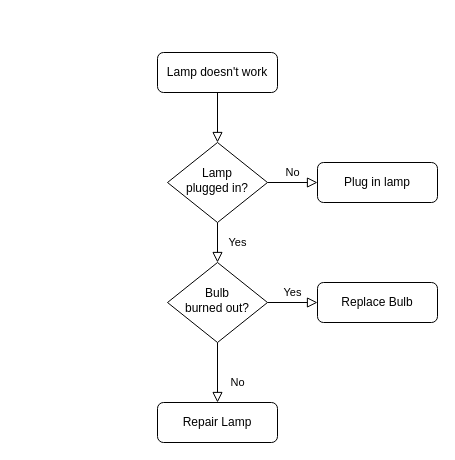
This is Untitled Diagram.drawio from itbapendajombang/undian, a draw.io file, before an edit. Source tidied: cells renumbered, new cells numbered last; positions are measured from the earlier drawing's top-left corner, leaving out a move shared by most shapes. Both pictures are drawn from the tidied source at 100%, with x=0, y=0 at pixel (157, 52).
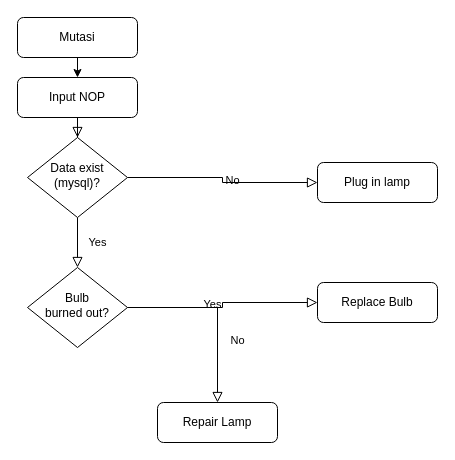
After the change.

Diff of the diagram source:
```diff
@@
 <mxGraphModel>
   <root>
     <mxCell id="0" />
     <mxCell id="1" parent="0" />
-    <mxCell id="2" style="rounded=0;html=1;jettySize=auto;fontSize=11;endArrow=block;endFill=0;endSize=8;strokeWidth=1;shadow=0;labelBackgroundColor=none;edgeStyle=orthogonalEdgeStyle;" parent="1" edge="1" source="3" target="6">
+    <mxCell id="2" style="rounded=0;html=1;jettySize=auto;fontSize=11;endArrow=block;endFill=0;endSize=8;strokeWidth=1;shadow=0;labelBackgroundColor=none;edgeStyle=orthogonalEdgeStyle;exitX=0.5;exitY=1;exitDx=0;exitDy=0;" parent="1" edge="1" source="14" target="6">
       <mxGeometry relative="1" as="geometry" />
     </mxCell>
+    <mxCell id="13" style="edgeStyle=orthogonalEdgeStyle;rounded=0;jettySize=auto;html=1;exitX=0.5;exitY=1;exitDx=0;exitDy=0;entryX=0.5;entryY=0;entryDx=0;entryDy=0;" parent="1" edge="1" source="3" target="14">
+      <mxGeometry relative="1" as="geometry" />
+    </mxCell>
-    <mxCell id="3" value="Lamp doesn't work" style="rounded=1;whiteSpace=wrap;html=1;fontSize=12;glass=0;strokeWidth=1;shadow=0;" parent="1" vertex="1">
-      <mxGeometry width="120" height="40" as="geometry" />
+    <mxCell id="3" value="Mutasi" style="rounded=1;whiteSpace=wrap;html=1;fontSize=12;glass=0;strokeWidth=1;shadow=0;" parent="1" vertex="1">
+      <mxGeometry x="-140" y="-35" width="120" height="40" as="geometry" />
     </mxCell>
     <mxCell id="4" value="Yes" style="rounded=0;html=1;jettySize=auto;fontSize=11;endArrow=block;endFill=0;endSize=8;strokeWidth=1;shadow=0;labelBackgroundColor=none;edgeStyle=orthogonalEdgeStyle;" parent="1" edge="1" source="6" target="10">
       <mxGeometry y="20" relative="1" as="geometry" />
     </mxCell>
     <mxCell id="5" value="No" style="edgeStyle=orthogonalEdgeStyle;rounded=0;html=1;jettySize=auto;fontSize=11;endArrow=block;endFill=0;endSize=8;strokeWidth=1;shadow=0;labelBackgroundColor=none;" parent="1" edge="1" source="6" target="7">
       <mxGeometry y="10" relative="1" as="geometry" />
     </mxCell>
-    <mxCell id="6" value="Lamp&lt;br&gt;plugged in?" style="rhombus;whiteSpace=wrap;html=1;shadow=0;fontFamily=Helvetica;fontSize=12;align=center;strokeWidth=1;spacing=6;spacingTop=-4;" parent="1" vertex="1">
-      <mxGeometry x="10" y="90" width="100" height="80" as="geometry" />
+    <mxCell id="6" value="Data exist (mysql)?" style="rhombus;whiteSpace=wrap;html=1;shadow=0;fontFamily=Helvetica;fontSize=12;align=center;strokeWidth=1;spacing=6;spacingTop=-4;" parent="1" vertex="1">
+      <mxGeometry x="-130" y="85" width="100" height="80" as="geometry" />
     </mxCell>
     <mxCell id="7" value="Plug in lamp" style="rounded=1;whiteSpace=wrap;html=1;fontSize=12;glass=0;strokeWidth=1;shadow=0;" parent="1" vertex="1">
       <mxGeometry x="160" y="110" width="120" height="40" as="geometry" />
     </mxCell>
     <mxCell id="8" value="No" style="rounded=0;html=1;jettySize=auto;fontSize=11;endArrow=block;endFill=0;endSize=8;strokeWidth=1;shadow=0;labelBackgroundColor=none;edgeStyle=orthogonalEdgeStyle;" parent="1" edge="1" source="10" target="11">
       <mxGeometry x="0.33" y="20" relative="1" as="geometry" />
     </mxCell>
     <mxCell id="9" value="Yes" style="edgeStyle=orthogonalEdgeStyle;rounded=0;html=1;jettySize=auto;fontSize=11;endArrow=block;endFill=0;endSize=8;strokeWidth=1;shadow=0;labelBackgroundColor=none;" parent="1" edge="1" source="10" target="12">
       <mxGeometry y="10" relative="1" as="geometry" />
     </mxCell>
     <mxCell id="10" value="Bulb&lt;br&gt;burned out?" style="rhombus;whiteSpace=wrap;html=1;shadow=0;fontFamily=Helvetica;fontSize=12;align=center;strokeWidth=1;spacing=6;spacingTop=-4;" parent="1" vertex="1">
-      <mxGeometry x="10" y="210" width="100" height="80" as="geometry" />
+      <mxGeometry x="-130" y="215" width="100" height="80" as="geometry" />
     </mxCell>
     <mxCell id="11" value="Repair Lamp" style="rounded=1;whiteSpace=wrap;html=1;fontSize=12;glass=0;strokeWidth=1;shadow=0;" parent="1" vertex="1">
       <mxGeometry y="350" width="120" height="40" as="geometry" />
     </mxCell>
     <mxCell id="12" value="Replace Bulb" style="rounded=1;whiteSpace=wrap;html=1;fontSize=12;glass=0;strokeWidth=1;shadow=0;" parent="1" vertex="1">
       <mxGeometry x="160" y="230" width="120" height="40" as="geometry" />
     </mxCell>
+    <mxCell id="14" value="Input NOP" style="rounded=1;whiteSpace=wrap;html=1;fontSize=12;glass=0;strokeWidth=1;shadow=0;" parent="1" vertex="1">
+      <mxGeometry x="-140" y="25" width="120" height="40" as="geometry" />
+    </mxCell>
   </root>
 </mxGraphModel>
```
